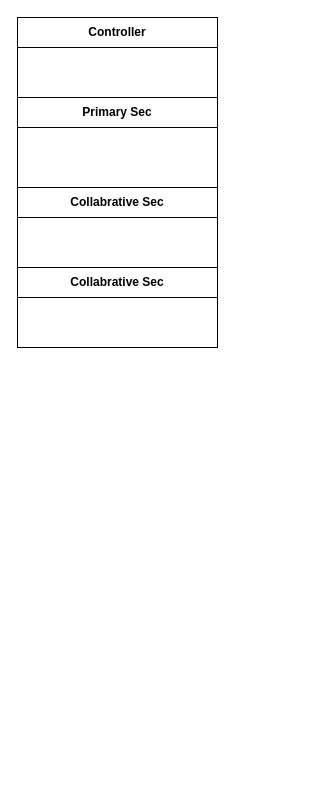
Earlier version of the draw.io diagram page "Vault" (7 of 8) of diagram/zFusion.drawio (bytehubplus/RFC). Source tidied: cells renumbered, new cells numbered last; positions are measured from the earlier drawing's top-left corner, leaving out a move shared by most shapes. Both pictures are drawn from the tidied source at 100%, with x=0, y=0 at pixel (17, 17).
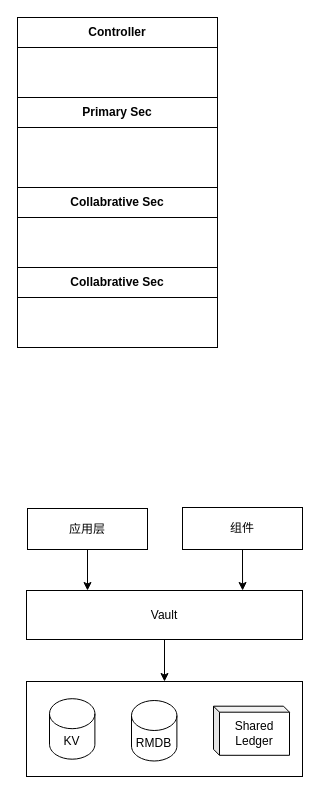
The same page after the edit.

The edit, as a diff of the source:
```diff
@@
 <mxGraphModel>
   <root>
     <mxCell id="0" />
     <mxCell id="1" parent="0" />
     <mxCell id="2" style="rounded=0;whiteSpace=wrap;html=1;" parent="1" vertex="1">
       <mxGeometry width="200" height="80" as="geometry" />
     </mxCell>
     <mxCell id="3" value="&lt;font&gt;Controller&lt;/font&gt;" style="rounded=0;whiteSpace=wrap;html=1;gradientColor=none;fillColor=#FFFFFF;fontStyle=1;fontColor=#000000;" parent="1" vertex="1">
       <mxGeometry width="200" height="30" as="geometry" />
     </mxCell>
     <mxCell id="4" style="rounded=0;whiteSpace=wrap;html=1;" parent="1" vertex="1">
       <mxGeometry y="80" width="200" height="90" as="geometry" />
     </mxCell>
     <mxCell id="5" value="&lt;font&gt;Primary Sec&lt;/font&gt;" style="rounded=0;whiteSpace=wrap;html=1;gradientColor=none;fillColor=#FFFFFF;fontStyle=1;fontColor=#000000;" parent="1" vertex="1">
       <mxGeometry y="80" width="200" height="30" as="geometry" />
     </mxCell>
     <mxCell id="6" style="rounded=0;whiteSpace=wrap;html=1;" parent="1" vertex="1">
       <mxGeometry y="170" width="200" height="80" as="geometry" />
     </mxCell>
     <mxCell id="7" value="&lt;font&gt;Collabrative Sec&lt;/font&gt;" style="rounded=0;whiteSpace=wrap;html=1;gradientColor=none;fillColor=#FFFFFF;fontStyle=1;fontColor=#000000;" parent="1" vertex="1">
       <mxGeometry y="170" width="200" height="30" as="geometry" />
     </mxCell>
     <mxCell id="8" style="rounded=0;whiteSpace=wrap;html=1;" parent="1" vertex="1">
       <mxGeometry y="250" width="200" height="80" as="geometry" />
     </mxCell>
     <mxCell id="9" value="&lt;font&gt;Collabrative Sec&lt;/font&gt;" style="rounded=0;whiteSpace=wrap;html=1;gradientColor=none;fillColor=#FFFFFF;fontStyle=1;fontColor=#000000;" parent="1" vertex="1">
       <mxGeometry y="250" width="200" height="30" as="geometry" />
     </mxCell>
+    <mxCell id="10" style="edgeStyle=orthogonalEdgeStyle;rounded=0;jettySize=auto;html=1;entryX=0.221;entryY=0;entryDx=0;entryDy=0;entryPerimeter=0;" parent="1" edge="1" source="11" target="16">
+      <mxGeometry relative="1" as="geometry" />
+    </mxCell>
+    <mxCell id="11" value="应用层" style="rounded=0;whiteSpace=wrap;html=1;" parent="1" vertex="1">
+      <mxGeometry x="10" y="491" width="120" height="41" as="geometry" />
+    </mxCell>
+    <mxCell id="12" style="rounded=0;whiteSpace=wrap;html=1;" parent="1" vertex="1">
+      <mxGeometry x="9" y="664" width="276" height="95" as="geometry" />
+    </mxCell>
+    <mxCell id="13" style="edgeStyle=orthogonalEdgeStyle;rounded=0;jettySize=auto;html=1;entryX=0.783;entryY=0;entryDx=0;entryDy=0;entryPerimeter=0;" parent="1" edge="1" source="14" target="16">
+      <mxGeometry relative="1" as="geometry" />
+    </mxCell>
+    <mxCell id="14" value="组件" style="rounded=0;whiteSpace=wrap;html=1;" parent="1" vertex="1">
+      <mxGeometry x="165" y="490" width="120" height="42" as="geometry" />
+    </mxCell>
+    <mxCell id="15" style="edgeStyle=orthogonalEdgeStyle;rounded=0;jettySize=auto;html=1;entryX=0.5;entryY=0;entryDx=0;entryDy=0;" parent="1" edge="1" source="16" target="12">
+      <mxGeometry relative="1" as="geometry" />
+    </mxCell>
+    <mxCell id="16" value="Vault" style="rounded=0;whiteSpace=wrap;html=1;" parent="1" vertex="1">
+      <mxGeometry x="9" y="573" width="276" height="49" as="geometry" />
+    </mxCell>
+    <mxCell id="17" value="KV" style="shape=cylinder3;whiteSpace=wrap;html=1;boundedLbl=1;backgroundOutline=1;size=15;" parent="1" vertex="1">
+      <mxGeometry x="32" y="681.2" width="45.4" height="60.5" as="geometry" />
+    </mxCell>
+    <mxCell id="18" value="RMDB" style="shape=cylinder3;whiteSpace=wrap;html=1;boundedLbl=1;backgroundOutline=1;size=15;" parent="1" vertex="1">
+      <mxGeometry x="114" y="683" width="45.4" height="60.5" as="geometry" />
+    </mxCell>
+    <mxCell id="19" value="Shared Ledger" style="shape=cube;whiteSpace=wrap;html=1;boundedLbl=1;backgroundOutline=1;darkOpacity=0.05;darkOpacity2=0.1;size=6;" parent="1" vertex="1">
+      <mxGeometry x="196" y="688.7" width="76" height="49.1" as="geometry" />
+    </mxCell>
   </root>
 </mxGraphModel>
```
